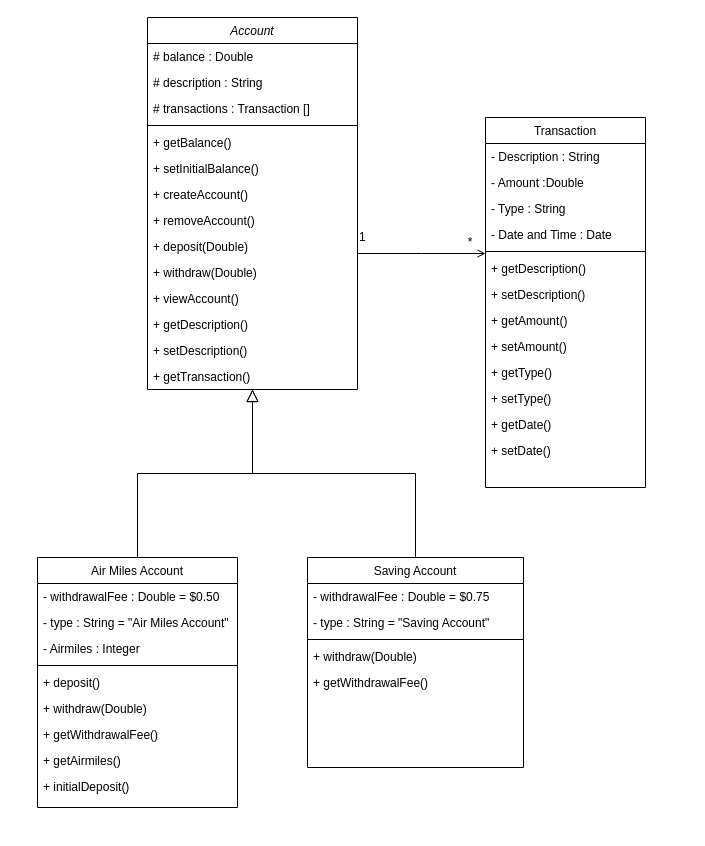
JennieNgi/banking-app keeps this draw.io diagram as banking.drawio. Above is the earlier version. Source tidied: cells renumbered, new cells numbered last; positions are measured from the earlier drawing's top-left corner, leaving out a move shared by most shapes. Both pictures are drawn from the tidied source at 100%, with x=0, y=0 at pixel (37, 17).
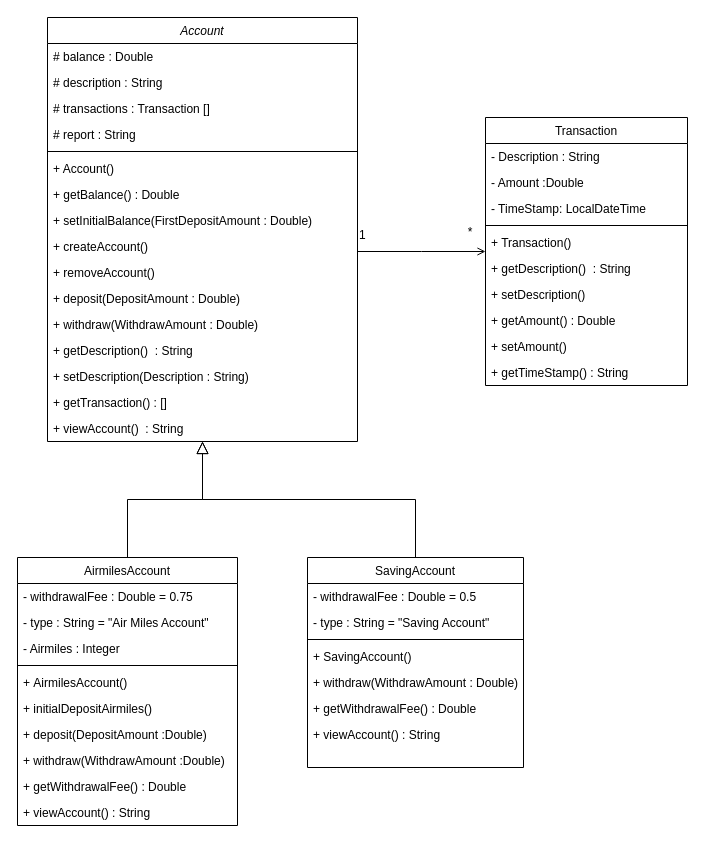
The same diagram, later.

Diff of the diagram source:
```diff
@@
     <mxCell id="2" value="Account" style="swimlane;fontStyle=2;align=center;verticalAlign=top;horizontal=1;startSize=26;rounded=0;shadow=0;strokeWidth=1;" parent="1" vertex="1">
-      <mxGeometry x="110" width="210" height="372" as="geometry" />
+      <mxGeometry x="10" width="310" height="424" as="geometry" />
     </mxCell>
     <mxCell id="3" value="# balance : Double" style="text;align=left;verticalAlign=top;spacingLeft=4;spacingRight=4;overflow=hidden;" parent="2" vertex="1">
-      <mxGeometry y="26" width="210" height="26" as="geometry" />
+      <mxGeometry y="26" width="310" height="26" as="geometry" />
     </mxCell>
     <mxCell id="4" value="# description : String" style="text;align=left;verticalAlign=top;spacingLeft=4;spacingRight=4;overflow=hidden;rounded=0;shadow=0;html=0;" parent="2" vertex="1">
-      <mxGeometry y="52" width="210" height="26" as="geometry" />
+      <mxGeometry y="52" width="310" height="26" as="geometry" />
     </mxCell>
     <mxCell id="5" value="# transactions : Transaction []" style="text;align=left;verticalAlign=top;spacingLeft=4;spacingRight=4;overflow=hidden;rounded=0;shadow=0;html=0;" parent="2" vertex="1">
-      <mxGeometry y="78" width="210" height="26" as="geometry" />
+      <mxGeometry y="78" width="310" height="26" as="geometry" />
     </mxCell>
+    <mxCell id="53" value="# report : String" style="text;align=left;verticalAlign=top;spacingLeft=4;spacingRight=4;overflow=hidden;rounded=0;shadow=0;html=0;" parent="2" vertex="1">
+      <mxGeometry y="104" width="310" height="26" as="geometry" />
+    </mxCell>
     <mxCell id="6" style="line;html=1;strokeWidth=1;align=left;verticalAlign=middle;spacingTop=-1;spacingLeft=3;spacingRight=3;labelPosition=right;" parent="2" vertex="1">
-      <mxGeometry y="104" width="210" height="8" as="geometry" />
+      <mxGeometry y="130" width="310" height="8" as="geometry" />
     </mxCell>
+    <mxCell id="54" value="+ Account()" style="text;align=left;verticalAlign=top;spacingLeft=4;spacingRight=4;overflow=hidden;rounded=0;shadow=0;html=0;" parent="2" vertex="1">
+      <mxGeometry y="138" width="310" height="26" as="geometry" />
+    </mxCell>
-    <mxCell id="7" value="+ getBalance()" style="text;align=left;verticalAlign=top;spacingLeft=4;spacingRight=4;overflow=hidden;rounded=0;shadow=0;html=0;" parent="2" vertex="1">
-      <mxGeometry y="112" width="210" height="26" as="geometry" />
+    <mxCell id="7" value="+ getBalance() : Double" style="text;align=left;verticalAlign=top;spacingLeft=4;spacingRight=4;overflow=hidden;rounded=0;shadow=0;html=0;" parent="2" vertex="1">
+      <mxGeometry y="164" width="310" height="26" as="geometry" />
     </mxCell>
-    <mxCell id="8" value="+ setInitialBalance()" style="text;align=left;verticalAlign=top;spacingLeft=4;spacingRight=4;overflow=hidden;rounded=0;shadow=0;html=0;" parent="2" vertex="1">
-      <mxGeometry y="138" width="210" height="26" as="geometry" />
+    <mxCell id="8" value="+ setInitialBalance(FirstDepositAmount : Double)" style="text;align=left;verticalAlign=top;spacingLeft=4;spacingRight=4;overflow=hidden;rounded=0;shadow=0;html=0;" parent="2" vertex="1">
+      <mxGeometry y="190" width="310" height="26" as="geometry" />
     </mxCell>
     <mxCell id="9" value="+ createAccount()" style="text;align=left;verticalAlign=top;spacingLeft=4;spacingRight=4;overflow=hidden;rounded=0;shadow=0;html=0;" parent="2" vertex="1">
-      <mxGeometry y="164" width="210" height="26" as="geometry" />
+      <mxGeometry y="216" width="310" height="26" as="geometry" />
     </mxCell>
     <mxCell id="10" value="+ removeAccount()" style="text;align=left;verticalAlign=top;spacingLeft=4;spacingRight=4;overflow=hidden;rounded=0;shadow=0;html=0;" parent="2" vertex="1">
-      <mxGeometry y="190" width="210" height="26" as="geometry" />
+      <mxGeometry y="242" width="310" height="26" as="geometry" />
     </mxCell>
-    <mxCell id="11" value="+ deposit(Double)" style="text;align=left;verticalAlign=top;spacingLeft=4;spacingRight=4;overflow=hidden;rounded=0;shadow=0;html=0;" parent="2" vertex="1">
-      <mxGeometry y="216" width="210" height="26" as="geometry" />
+    <mxCell id="11" value="+ deposit(DepositAmount : Double)" style="text;align=left;verticalAlign=top;spacingLeft=4;spacingRight=4;overflow=hidden;rounded=0;shadow=0;html=0;" parent="2" vertex="1">
+      <mxGeometry y="268" width="310" height="26" as="geometry" />
     </mxCell>
-    <mxCell id="12" value="+ withdraw(Double)" style="text;align=left;verticalAlign=top;spacingLeft=4;spacingRight=4;overflow=hidden;rounded=0;shadow=0;html=0;" parent="2" vertex="1">
-      <mxGeometry y="242" width="210" height="26" as="geometry" />
+    <mxCell id="12" value="+ withdraw(WithdrawAmount : Double)" style="text;align=left;verticalAlign=top;spacingLeft=4;spacingRight=4;overflow=hidden;rounded=0;shadow=0;html=0;" parent="2" vertex="1">
+      <mxGeometry y="294" width="310" height="26" as="geometry" />
     </mxCell>
-    <mxCell id="13" value="+ viewAccount()" style="text;align=left;verticalAlign=top;spacingLeft=4;spacingRight=4;overflow=hidden;rounded=0;shadow=0;html=0;" parent="2" vertex="1">
-      <mxGeometry y="268" width="210" height="26" as="geometry" />
-    </mxCell>
-    <mxCell id="14" value="+ getDescription()" style="text;align=left;verticalAlign=top;spacingLeft=4;spacingRight=4;overflow=hidden;rounded=0;shadow=0;html=0;" parent="2" vertex="1">
-      <mxGeometry y="294" width="210" height="26" as="geometry" />
+    <mxCell id="14" value="+ getDescription()  : String" style="text;align=left;verticalAlign=top;spacingLeft=4;spacingRight=4;overflow=hidden;rounded=0;shadow=0;html=0;" parent="2" vertex="1">
+      <mxGeometry y="320" width="310" height="26" as="geometry" />
     </mxCell>
-    <mxCell id="15" value="+ setDescription()" style="text;align=left;verticalAlign=top;spacingLeft=4;spacingRight=4;overflow=hidden;rounded=0;shadow=0;html=0;" parent="2" vertex="1">
-      <mxGeometry y="320" width="210" height="26" as="geometry" />
+    <mxCell id="15" value="+ setDescription(Description : String)" style="text;align=left;verticalAlign=top;spacingLeft=4;spacingRight=4;overflow=hidden;rounded=0;shadow=0;html=0;" parent="2" vertex="1">
+      <mxGeometry y="346" width="310" height="26" as="geometry" />
     </mxCell>
-    <mxCell id="16" value="+ getTransaction()" style="text;align=left;verticalAlign=top;spacingLeft=4;spacingRight=4;overflow=hidden;rounded=0;shadow=0;html=0;" parent="2" vertex="1">
-      <mxGeometry y="346" width="210" height="26" as="geometry" />
+    <mxCell id="16" value="+ getTransaction() : []" style="text;align=left;verticalAlign=top;spacingLeft=4;spacingRight=4;overflow=hidden;rounded=0;shadow=0;html=0;" parent="2" vertex="1">
+      <mxGeometry y="372" width="310" height="26" as="geometry" />
     </mxCell>
+    <mxCell id="55" value="+ viewAccount()  : String" style="text;align=left;verticalAlign=top;spacingLeft=4;spacingRight=4;overflow=hidden;rounded=0;shadow=0;html=0;" parent="2" vertex="1">
+      <mxGeometry y="398" width="310" height="26" as="geometry" />
+    </mxCell>
-    <mxCell id="17" value="Air Miles Account" style="swimlane;fontStyle=0;align=center;verticalAlign=top;horizontal=1;startSize=26;rounded=0;shadow=0;strokeWidth=1;" parent="1" vertex="1">
-      <mxGeometry y="540" width="200" height="250" as="geometry" />
+    <mxCell id="17" value="AirmilesAccount" style="swimlane;fontStyle=0;align=center;verticalAlign=top;horizontal=1;startSize=26;rounded=0;shadow=0;strokeWidth=1;" parent="1" vertex="1">
+      <mxGeometry x="-20" y="540" width="220" height="268" as="geometry" />
     </mxCell>
-    <mxCell id="18" value="- withdrawalFee : Double = $0.50" style="text;align=left;verticalAlign=top;spacingLeft=4;spacingRight=4;overflow=hidden;" parent="17" vertex="1">
-      <mxGeometry y="26" width="200" height="26" as="geometry" />
+    <mxCell id="18" value="- withdrawalFee : Double = 0.75" style="text;align=left;verticalAlign=top;spacingLeft=4;spacingRight=4;overflow=hidden;" parent="17" vertex="1">
+      <mxGeometry y="26" width="220" height="26" as="geometry" />
     </mxCell>
     <mxCell id="19" value="- type : String = &quot;Air Miles Account&quot;" style="text;align=left;verticalAlign=top;spacingLeft=4;spacingRight=4;overflow=hidden;" parent="17" vertex="1">
-      <mxGeometry y="52" width="200" height="26" as="geometry" />
+      <mxGeometry y="52" width="220" height="26" as="geometry" />
     </mxCell>
     <mxCell id="20" value="- Airmiles : Integer" style="text;align=left;verticalAlign=top;spacingLeft=4;spacingRight=4;overflow=hidden;" parent="17" vertex="1">
-      <mxGeometry y="78" width="200" height="26" as="geometry" />
+      <mxGeometry y="78" width="220" height="26" as="geometry" />
     </mxCell>
     <mxCell id="21" style="line;html=1;strokeWidth=1;align=left;verticalAlign=middle;spacingTop=-1;spacingLeft=3;spacingRight=3;labelPosition=right;" parent="17" vertex="1">
-      <mxGeometry y="104" width="200" height="8" as="geometry" />
+      <mxGeometry y="104" width="220" height="8" as="geometry" />
     </mxCell>
+    <mxCell id="56" value="+ AirmilesAccount()" style="text;align=left;verticalAlign=top;spacingLeft=4;spacingRight=4;overflow=hidden;rounded=0;shadow=0;html=0;" parent="17" vertex="1">
+      <mxGeometry y="112" width="220" height="26" as="geometry" />
+    </mxCell>
+    <mxCell id="26" value="+ initialDepositAirmiles()" style="text;align=left;verticalAlign=top;spacingLeft=4;spacingRight=4;overflow=hidden;rounded=0;shadow=0;html=0;" parent="17" vertex="1">
+      <mxGeometry y="138" width="220" height="26" as="geometry" />
+    </mxCell>
-    <mxCell id="22" value="+ deposit()" style="text;align=left;verticalAlign=top;spacingLeft=4;spacingRight=4;overflow=hidden;rounded=0;shadow=0;html=0;" parent="17" vertex="1">
-      <mxGeometry y="112" width="200" height="26" as="geometry" />
+    <mxCell id="22" value="+ deposit(DepositAmount :Double)" style="text;align=left;verticalAlign=top;spacingLeft=4;spacingRight=4;overflow=hidden;rounded=0;shadow=0;html=0;" parent="17" vertex="1">
+      <mxGeometry y="164" width="220" height="26" as="geometry" />
     </mxCell>
-    <mxCell id="23" value="+ withdraw(Double)" style="text;align=left;verticalAlign=top;spacingLeft=4;spacingRight=4;overflow=hidden;rounded=0;shadow=0;html=0;" parent="17" vertex="1">
-      <mxGeometry y="138" width="200" height="26" as="geometry" />
+    <mxCell id="23" value="+ withdraw(WithdrawAmount :Double)" style="text;align=left;verticalAlign=top;spacingLeft=4;spacingRight=4;overflow=hidden;rounded=0;shadow=0;html=0;" parent="17" vertex="1">
+      <mxGeometry y="190" width="220" height="26" as="geometry" />
     </mxCell>
-    <mxCell id="24" value="+ getWithdrawalFee()" style="text;align=left;verticalAlign=top;spacingLeft=4;spacingRight=4;overflow=hidden;rounded=0;shadow=0;html=0;" parent="17" vertex="1">
-      <mxGeometry y="164" width="200" height="26" as="geometry" />
+    <mxCell id="24" value="+ getWithdrawalFee() : Double" style="text;align=left;verticalAlign=top;spacingLeft=4;spacingRight=4;overflow=hidden;rounded=0;shadow=0;html=0;" parent="17" vertex="1">
+      <mxGeometry y="216" width="220" height="26" as="geometry" />
     </mxCell>
-    <mxCell id="25" value="+ getAirmiles()" style="text;align=left;verticalAlign=top;spacingLeft=4;spacingRight=4;overflow=hidden;rounded=0;shadow=0;html=0;" parent="17" vertex="1">
-      <mxGeometry y="190" width="200" height="26" as="geometry" />
-    </mxCell>
-    <mxCell id="26" value="+ initialDeposit()" style="text;align=left;verticalAlign=top;spacingLeft=4;spacingRight=4;overflow=hidden;rounded=0;shadow=0;html=0;" parent="17" vertex="1">
-      <mxGeometry y="216" width="200" height="26" as="geometry" />
-    </mxCell>
+    <mxCell id="57" value="+ viewAccount() : String" style="text;align=left;verticalAlign=top;spacingLeft=4;spacingRight=4;overflow=hidden;rounded=0;shadow=0;html=0;" parent="17" vertex="1">
+      <mxGeometry y="242" width="220" height="26" as="geometry" />
+    </mxCell>
@@
-    <mxCell id="28" value="Saving Account" style="swimlane;fontStyle=0;align=center;verticalAlign=top;horizontal=1;startSize=26;rounded=0;shadow=0;strokeWidth=1;" parent="1" vertex="1">
+    <mxCell id="28" value="SavingAccount" style="swimlane;fontStyle=0;align=center;verticalAlign=top;horizontal=1;startSize=26;rounded=0;shadow=0;strokeWidth=1;" parent="1" vertex="1">
       <mxGeometry x="270" y="540" width="216" height="210" as="geometry" />
     </mxCell>
-    <mxCell id="29" value="- withdrawalFee : Double = $0.75" style="text;align=left;verticalAlign=top;spacingLeft=4;spacingRight=4;overflow=hidden;" parent="28" vertex="1">
+    <mxCell id="29" value="- withdrawalFee : Double = 0.5" style="text;align=left;verticalAlign=top;spacingLeft=4;spacingRight=4;overflow=hidden;" parent="28" vertex="1">
       <mxGeometry y="26" width="216" height="26" as="geometry" />
     </mxCell>
@@
+    <mxCell id="58" value="+ SavingAccount()" style="text;align=left;verticalAlign=top;spacingLeft=4;spacingRight=4;overflow=hidden;" parent="28" vertex="1">
+      <mxGeometry y="86" width="216" height="26" as="geometry" />
+    </mxCell>
-    <mxCell id="32" value="+ withdraw(Double)" style="text;align=left;verticalAlign=top;spacingLeft=4;spacingRight=4;overflow=hidden;" parent="28" vertex="1">
-      <mxGeometry y="86" width="216" height="26" as="geometry" />
+    <mxCell id="32" value="+ withdraw(WithdrawAmount : Double)" style="text;align=left;verticalAlign=top;spacingLeft=4;spacingRight=4;overflow=hidden;" parent="28" vertex="1">
+      <mxGeometry y="112" width="216" height="26" as="geometry" />
     </mxCell>
-    <mxCell id="33" value="+ getWithdrawalFee()" style="text;align=left;verticalAlign=top;spacingLeft=4;spacingRight=4;overflow=hidden;" parent="28" vertex="1">
-      <mxGeometry y="112" width="216" height="26" as="geometry" />
+    <mxCell id="33" value="+ getWithdrawalFee() : Double" style="text;align=left;verticalAlign=top;spacingLeft=4;spacingRight=4;overflow=hidden;" parent="28" vertex="1">
+      <mxGeometry y="138" width="216" height="26" as="geometry" />
     </mxCell>
+    <mxCell id="59" value="+ viewAccount() : String" style="text;align=left;verticalAlign=top;spacingLeft=4;spacingRight=4;overflow=hidden;" parent="28" vertex="1">
+      <mxGeometry y="164" width="216" height="24" as="geometry" />
+    </mxCell>
@@
     <mxCell id="35" value="Transaction" style="swimlane;fontStyle=0;align=center;verticalAlign=top;horizontal=1;startSize=26;rounded=0;shadow=0;strokeWidth=1;" parent="1" vertex="1">
-      <mxGeometry x="448" y="100" width="160" height="370" as="geometry" />
+      <mxGeometry x="448" y="100" width="202" height="268" as="geometry" />
     </mxCell>
     <mxCell id="36" value="- Description : String" style="text;align=left;verticalAlign=top;spacingLeft=4;spacingRight=4;overflow=hidden;" parent="35" vertex="1">
-      <mxGeometry y="26" width="160" height="26" as="geometry" />
+      <mxGeometry y="26" width="202" height="26" as="geometry" />
     </mxCell>
     <mxCell id="37" value="- Amount :Double" style="text;align=left;verticalAlign=top;spacingLeft=4;spacingRight=4;overflow=hidden;rounded=0;shadow=0;html=0;" parent="35" vertex="1">
-      <mxGeometry y="52" width="160" height="26" as="geometry" />
+      <mxGeometry y="52" width="202" height="26" as="geometry" />
     </mxCell>
-    <mxCell id="38" value="- Type : String" style="text;align=left;verticalAlign=top;spacingLeft=4;spacingRight=4;overflow=hidden;rounded=0;shadow=0;html=0;" parent="35" vertex="1">
-      <mxGeometry y="78" width="160" height="26" as="geometry" />
-    </mxCell>
-    <mxCell id="39" value="- Date and Time : Date" style="text;align=left;verticalAlign=top;spacingLeft=4;spacingRight=4;overflow=hidden;rounded=0;shadow=0;html=0;" parent="35" vertex="1">
-      <mxGeometry y="104" width="160" height="26" as="geometry" />
+    <mxCell id="39" value="- TimeStamp: LocalDateTime" style="text;align=left;verticalAlign=top;spacingLeft=4;spacingRight=4;overflow=hidden;rounded=0;shadow=0;html=0;" parent="35" vertex="1">
+      <mxGeometry y="78" width="202" height="26" as="geometry" />
     </mxCell>
     <mxCell id="40" style="line;html=1;strokeWidth=1;align=left;verticalAlign=middle;spacingTop=-1;spacingLeft=3;spacingRight=3;labelPosition=right;" parent="35" vertex="1">
-      <mxGeometry y="130" width="160" height="8" as="geometry" />
+      <mxGeometry y="104" width="202" height="8" as="geometry" />
     </mxCell>
+    <mxCell id="60" value="+ Transaction()" style="text;align=left;verticalAlign=top;spacingLeft=4;spacingRight=4;overflow=hidden;rounded=0;shadow=0;html=0;" parent="35" vertex="1">
+      <mxGeometry y="112" width="202" height="26" as="geometry" />
+    </mxCell>
-    <mxCell id="41" value="+ getDescription()" style="text;align=left;verticalAlign=top;spacingLeft=4;spacingRight=4;overflow=hidden;rounded=0;shadow=0;html=0;" parent="35" vertex="1">
-      <mxGeometry y="138" width="160" height="26" as="geometry" />
+    <mxCell id="41" value="+ getDescription()  : String" style="text;align=left;verticalAlign=top;spacingLeft=4;spacingRight=4;overflow=hidden;rounded=0;shadow=0;html=0;" parent="35" vertex="1">
+      <mxGeometry y="138" width="202" height="26" as="geometry" />
     </mxCell>
     <mxCell id="42" value="+ setDescription()" style="text;align=left;verticalAlign=top;spacingLeft=4;spacingRight=4;overflow=hidden;rounded=0;shadow=0;html=0;" parent="35" vertex="1">
-      <mxGeometry y="164" width="160" height="26" as="geometry" />
+      <mxGeometry y="164" width="202" height="26" as="geometry" />
     </mxCell>
-    <mxCell id="43" value="+ getAmount()" style="text;align=left;verticalAlign=top;spacingLeft=4;spacingRight=4;overflow=hidden;rounded=0;shadow=0;html=0;" parent="35" vertex="1">
-      <mxGeometry y="190" width="160" height="26" as="geometry" />
+    <mxCell id="43" value="+ getAmount() : Double" style="text;align=left;verticalAlign=top;spacingLeft=4;spacingRight=4;overflow=hidden;rounded=0;shadow=0;html=0;" parent="35" vertex="1">
+      <mxGeometry y="190" width="202" height="26" as="geometry" />
     </mxCell>
     <mxCell id="44" value="+ setAmount()" style="text;align=left;verticalAlign=top;spacingLeft=4;spacingRight=4;overflow=hidden;rounded=0;shadow=0;html=0;" parent="35" vertex="1">
-      <mxGeometry y="216" width="160" height="26" as="geometry" />
+      <mxGeometry y="216" width="202" height="26" as="geometry" />
     </mxCell>
-    <mxCell id="45" value="+ getType()" style="text;align=left;verticalAlign=top;spacingLeft=4;spacingRight=4;overflow=hidden;rounded=0;shadow=0;html=0;" parent="35" vertex="1">
-      <mxGeometry y="242" width="160" height="26" as="geometry" />
-    </mxCell>
-    <mxCell id="46" value="+ setType()" style="text;align=left;verticalAlign=top;spacingLeft=4;spacingRight=4;overflow=hidden;rounded=0;shadow=0;html=0;" parent="35" vertex="1">
-      <mxGeometry y="268" width="160" height="26" as="geometry" />
-    </mxCell>
-    <mxCell id="47" value="+ getDate()" style="text;align=left;verticalAlign=top;spacingLeft=4;spacingRight=4;overflow=hidden;rounded=0;shadow=0;html=0;" parent="35" vertex="1">
-      <mxGeometry y="294" width="160" height="26" as="geometry" />
+    <mxCell id="47" value="+ getTimeStamp() : String" style="text;align=left;verticalAlign=top;spacingLeft=4;spacingRight=4;overflow=hidden;rounded=0;shadow=0;html=0;" parent="35" vertex="1">
+      <mxGeometry y="242" width="202" height="26" as="geometry" />
     </mxCell>
-    <mxCell id="48" value="+ setDate()" style="text;align=left;verticalAlign=top;spacingLeft=4;spacingRight=4;overflow=hidden;rounded=0;shadow=0;html=0;" parent="35" vertex="1">
-      <mxGeometry y="320" width="160" height="26" as="geometry" />
-    </mxCell>
@@
     <mxCell id="52" value="*" style="text;html=1;strokeColor=none;fillColor=none;align=center;verticalAlign=middle;whiteSpace=wrap;rounded=0;" parent="1" vertex="1">
-      <mxGeometry x="418" y="210" width="30" height="30" as="geometry" />
+      <mxGeometry x="418" y="200" width="30" height="30" as="geometry" />
     </mxCell>
```
